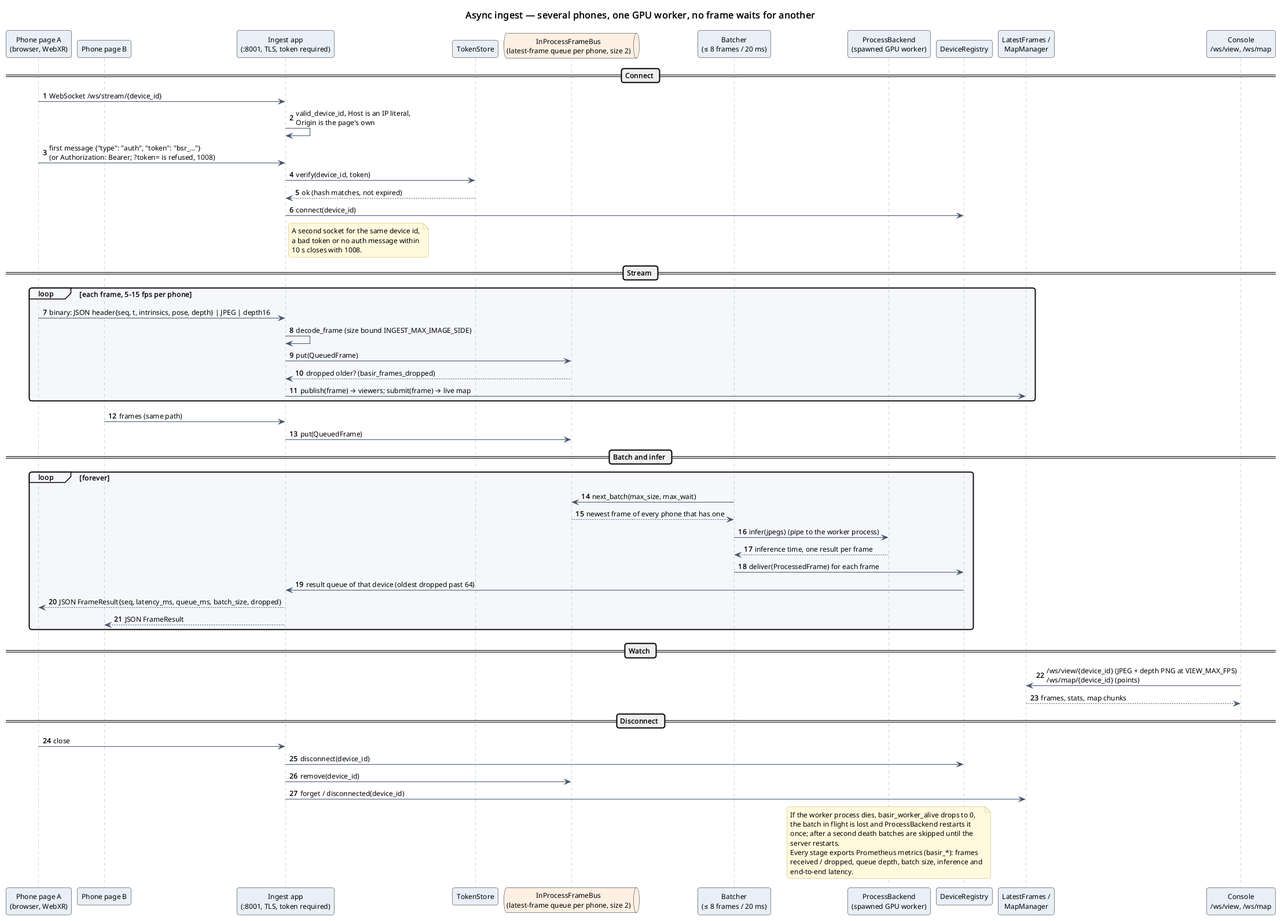
Above: software_engineering/3_sequence_diagrams/async_ingest.png in omarTBakr/Basir (PlantUML), before the change. The source it was exported from:
```plantuml
@startuml
!include ../_style.iuml
title Async ingest — several phones, one GPU worker, no frame waits for another
autonumber "<b>0"

participant "Phone page A\n(browser, WebXR)" as phoneA
participant "Phone page B" as phoneB
participant "Ingest app\n(:8001, TLS, token required)" as ingest
participant "TokenStore" as tokens
queue "InProcessFrameBus\n(latest-frame queue per phone, size 2)" as bus
participant "Batcher\n(≤ 8 frames / 20 ms)" as batcher
participant "ProcessBackend\n(spawned GPU worker)" as worker
participant "DeviceRegistry" as devices
participant "LatestFrames /\nMapManager" as fanout
participant "Console\n/ws/view, /ws/map" as console

== Connect ==
phoneA -> ingest : WebSocket /ws/stream/{device_id}
ingest -> ingest : valid_device_id, Host is an IP literal,\nOrigin is the page's own
phoneA -> ingest : first message {"type": "auth", "token": "bsr_…"}\n(or Authorization: Bearer; ?token= is refused, 1008)
ingest -> tokens : verify(device_id, token)
tokens --> ingest : ok (hash matches, not expired)
ingest -> devices : connect(device_id)
note right of ingest
  A second socket for the same device id,
  a bad token or no auth message within
  10 s closes with 1008.
end note

== Stream ==
loop each frame, 5-15 fps per phone
  phoneA -> ingest : binary: JSON header{seq, t, intrinsics, pose, depth} | JPEG | depth16
  ingest -> ingest : decode_frame (size bound INGEST_MAX_IMAGE_SIDE)
  ingest -> bus : put(QueuedFrame)
  bus --> ingest : dropped older? (basir_frames_dropped)
  ingest -> fanout : publish(frame) → viewers; submit(frame) → live map
end
phoneB -> ingest : frames (same path)
ingest -> bus : put(QueuedFrame)

== Batch and infer ==
loop forever
  batcher -> bus : next_batch(max_size, max_wait)
  bus --> batcher : newest frame of every phone that has one
  batcher -> worker : infer(jpegs) (pipe to the worker process)
  worker --> batcher : inference time, one result per frame
  batcher -> devices : deliver(ProcessedFrame) for each frame
  devices -> ingest : result queue of that device (oldest dropped past 64)
  ingest --> phoneA : JSON FrameResult{seq, latency_ms, queue_ms, batch_size, dropped}
  ingest --> phoneB : JSON FrameResult
end

== Watch ==
console -> fanout : /ws/view/{device_id} (JPEG + depth PNG at VIEW_MAX_FPS)\n/ws/map/{device_id} (points)
fanout --> console : frames, stats, map chunks

== Disconnect ==
phoneA -> ingest : close
ingest -> devices : disconnect(device_id)
ingest -> bus : remove(device_id)
ingest -> fanout : forget / disconnected(device_id)

note over worker
  If the worker process dies, basir_worker_alive drops to 0,
  the batch in flight is lost and ProcessBackend restarts it
  once; after a second death batches are skipped until the
  server restarts.
  Every stage exports Prometheus metrics (basir_*): frames
  received / dropped, queue depth, batch size, inference and
  end-to-end latency.
end note
@enduml
```
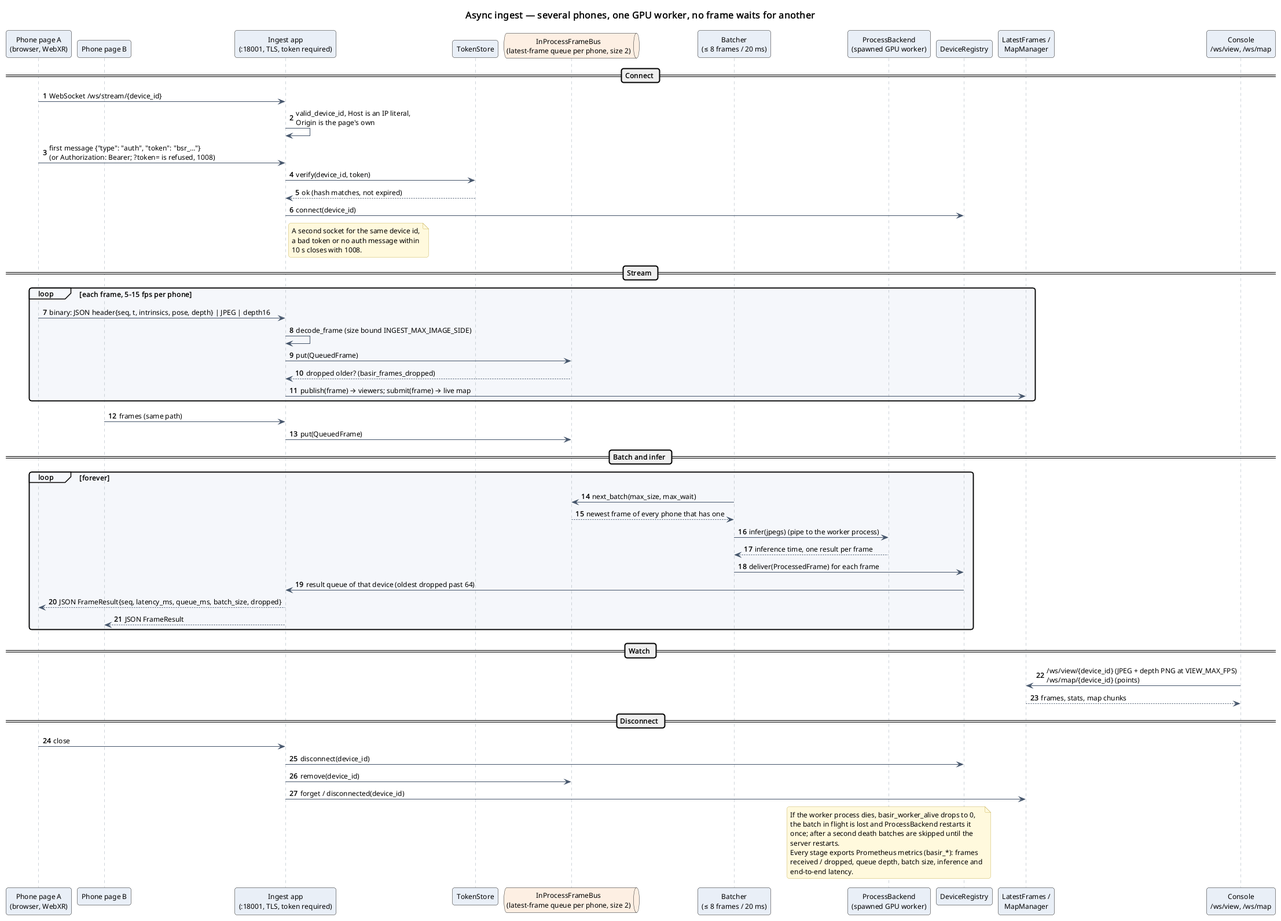
After the commit.

Change to the diagram source:
```diff
@@ -5,7 +5,7 @@
 
 participant "Phone page A\n(browser, WebXR)" as phoneA
 participant "Phone page B" as phoneB
-participant "Ingest app\n(:8001, TLS, token required)" as ingest
+participant "Ingest app\n(:18001, TLS, token required)" as ingest
 participant "TokenStore" as tokens
 queue "InProcessFrameBus\n(latest-frame queue per phone, size 2)" as bus
 participant "Batcher\n(≤ 8 frames / 20 ms)" as batcher
```
